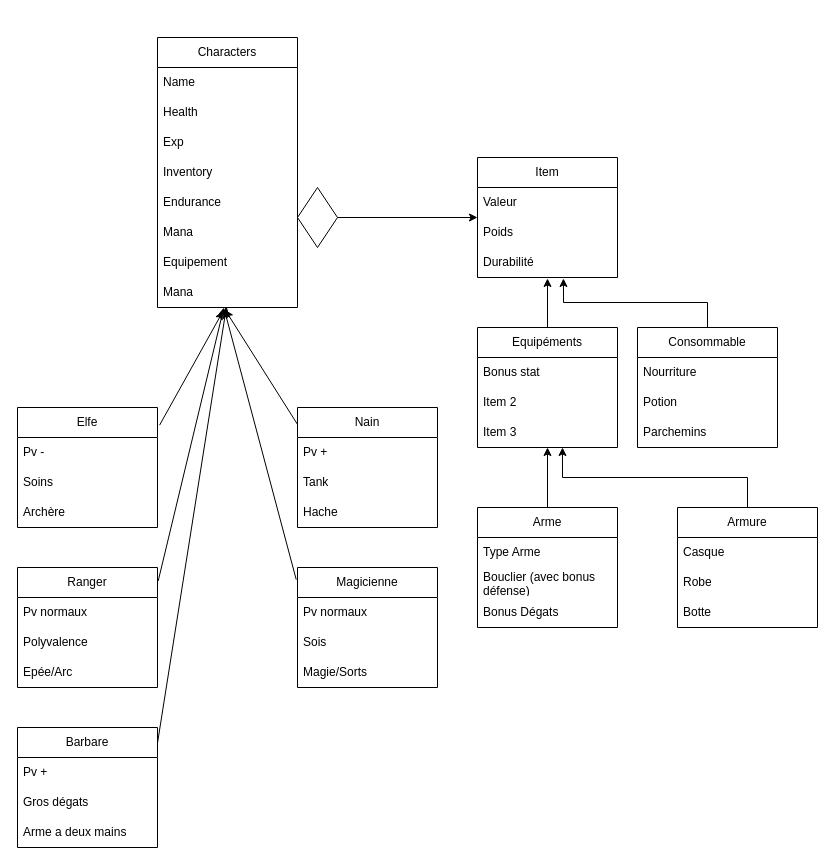
This is PV de réunion/Diagramme_Jeux_RPG.drawio from JordanMufc/POO-STJ, a draw.io file, before an edit. Source tidied: cells renumbered, new cells numbered last; positions are measured from the earlier drawing's top-left corner, leaving out a move shared by most shapes. Both pictures are drawn from the tidied source at 100%, with x=0, y=0 at pixel (17, 37).
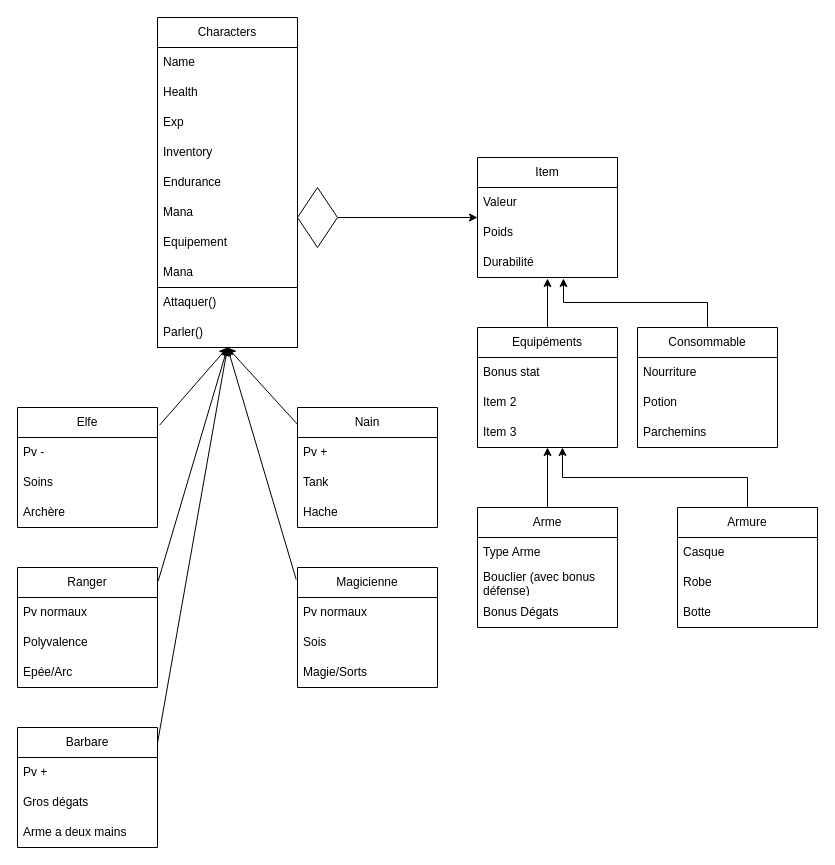
Above is the later version.

Commit message:
IMP: Diagramme ajout méthode personnage

Ajout des méthodes parler et attaquer dans la classe personnage.

Unchanged cells that the change refers to:
```xml
<mxCell id="10" value="Mana" style="text;strokeColor=none;fillColor=none;align=left;verticalAlign=middle;spacingLeft=4;spacingRight=4;overflow=hidden;points=[[0,0.5],[1,0.5]];portConstraint=eastwest;whiteSpace=wrap;html=1;" parent="2" vertex="1">
  <mxGeometry y="240" width="140" height="30" as="geometry" />
</mxCell>
<mxCell id="17" value="Elfe" style="swimlane;fontStyle=0;horizontal=1;startSize=30;whiteSpace=wrap;html=1;" parent="1" vertex="1">
  <mxGeometry y="370" width="140" height="120" as="geometry" />
</mxCell>
<mxCell id="21" value="Nain" style="swimlane;fontStyle=0;horizontal=1;startSize=30;whiteSpace=wrap;html=1;" parent="1" vertex="1">
  <mxGeometry x="280" y="370" width="140" height="120" as="geometry" />
</mxCell>
<mxCell id="25" value="Ranger" style="swimlane;fontStyle=0;horizontal=1;startSize=30;whiteSpace=wrap;html=1;" parent="1" vertex="1">
  <mxGeometry y="530" width="140" height="120" as="geometry" />
</mxCell>
<mxCell id="29" value="Magicienne" style="swimlane;fontStyle=0;horizontal=1;startSize=30;whiteSpace=wrap;html=1;" parent="1" vertex="1">
  <mxGeometry x="280" y="530" width="140" height="120" as="geometry" />
</mxCell>
<mxCell id="53" value="Barbare" style="swimlane;fontStyle=0;horizontal=1;startSize=30;whiteSpace=wrap;html=1;" parent="1" vertex="1">
  <mxGeometry y="690" width="140" height="120" as="geometry" />
</mxCell>
```

Change to the diagram source:
```diff
@@
     <mxCell id="2" value="Characters" style="swimlane;fontStyle=0;horizontal=1;startSize=30;whiteSpace=wrap;html=1;" parent="1" vertex="1">
-      <mxGeometry x="140" width="140" height="270" as="geometry" />
+      <mxGeometry x="140" y="-20" width="140" height="330" as="geometry" />
     </mxCell>
@@
+    <mxCell id="62" style="swimlane;startSize=0;" parent="2" vertex="1">
+      <mxGeometry y="270" width="140" height="60" as="geometry" />
+    </mxCell>
+    <mxCell id="63" value="Attaquer()" style="text;strokeColor=none;fillColor=none;align=left;verticalAlign=middle;spacingLeft=4;spacingRight=4;overflow=hidden;whiteSpace=wrap;html=1;" parent="62" vertex="1">
+      <mxGeometry width="140" height="30" as="geometry" />
+    </mxCell>
+    <mxCell id="64" value="Parler()" style="text;strokeColor=none;fillColor=none;align=left;verticalAlign=middle;spacingLeft=4;spacingRight=4;overflow=hidden;whiteSpace=wrap;html=1;" parent="62" vertex="1">
+      <mxGeometry y="30" width="80" height="30" as="geometry" />
+    </mxCell>
@@
-    <mxCell id="57" style="endArrow=classic;html=1;rounded=0;exitX=1.005;exitY=0.112;exitDx=0;exitDy=0;exitPerimeter=0;" parent="1" edge="1" source="25" target="10">
+    <mxCell id="57" style="endArrow=classic;html=1;rounded=0;exitX=1.005;exitY=0.112;exitDx=0;exitDy=0;exitPerimeter=0;entryX=0.5;entryY=1;entryDx=0;entryDy=0;" parent="1" edge="1" source="25" target="62">
       <mxGeometry relative="1" as="geometry" />
     </mxCell>
-    <mxCell id="58" style="endArrow=classic;html=1;rounded=0;exitX=1.015;exitY=0.147;exitDx=0;exitDy=0;exitPerimeter=0;entryX=0.468;entryY=1.126;entryDx=0;entryDy=0;entryPerimeter=0;" parent="1" edge="1" source="17" target="10">
+    <mxCell id="58" style="endArrow=classic;html=1;rounded=0;exitX=1.015;exitY=0.147;exitDx=0;exitDy=0;exitPerimeter=0;entryX=0.5;entryY=1;entryDx=0;entryDy=0;" parent="1" edge="1" source="17" target="62">
       <mxGeometry relative="1" as="geometry" />
     </mxCell>
-    <mxCell id="59" style="endArrow=classic;html=1;rounded=0;exitX=0;exitY=0.141;exitDx=0;exitDy=0;exitPerimeter=0;entryX=0.483;entryY=1.08;entryDx=0;entryDy=0;entryPerimeter=0;" parent="1" edge="1" source="21" target="10">
+    <mxCell id="59" style="endArrow=classic;html=1;rounded=0;exitX=0;exitY=0.141;exitDx=0;exitDy=0;exitPerimeter=0;entryX=0.5;entryY=1;entryDx=0;entryDy=0;" parent="1" edge="1" source="21" target="62">
       <mxGeometry relative="1" as="geometry" />
     </mxCell>
-    <mxCell id="60" style="endArrow=classic;html=1;rounded=0;exitX=-0.009;exitY=0.101;exitDx=0;exitDy=0;exitPerimeter=0;entryX=0.478;entryY=1.08;entryDx=0;entryDy=0;entryPerimeter=0;" parent="1" edge="1" source="29" target="10">
+    <mxCell id="60" style="endArrow=classic;html=1;rounded=0;exitX=-0.009;exitY=0.101;exitDx=0;exitDy=0;exitPerimeter=0;entryX=0.5;entryY=1;entryDx=0;entryDy=0;" parent="1" edge="1" source="29" target="62">
       <mxGeometry relative="1" as="geometry" />
     </mxCell>
-    <mxCell id="61" style="endArrow=classic;html=1;rounded=0;exitX=1;exitY=0.129;exitDx=0;exitDy=0;exitPerimeter=0;entryX=0.493;entryY=0.967;entryDx=0;entryDy=0;entryPerimeter=0;" parent="1" edge="1" source="53" target="10">
+    <mxCell id="61" style="endArrow=classic;html=1;rounded=0;exitX=1;exitY=0.129;exitDx=0;exitDy=0;exitPerimeter=0;entryX=0.5;entryY=1;entryDx=0;entryDy=0;" parent="1" edge="1" source="53" target="62">
       <mxGeometry relative="1" as="geometry" />
     </mxCell>
```
